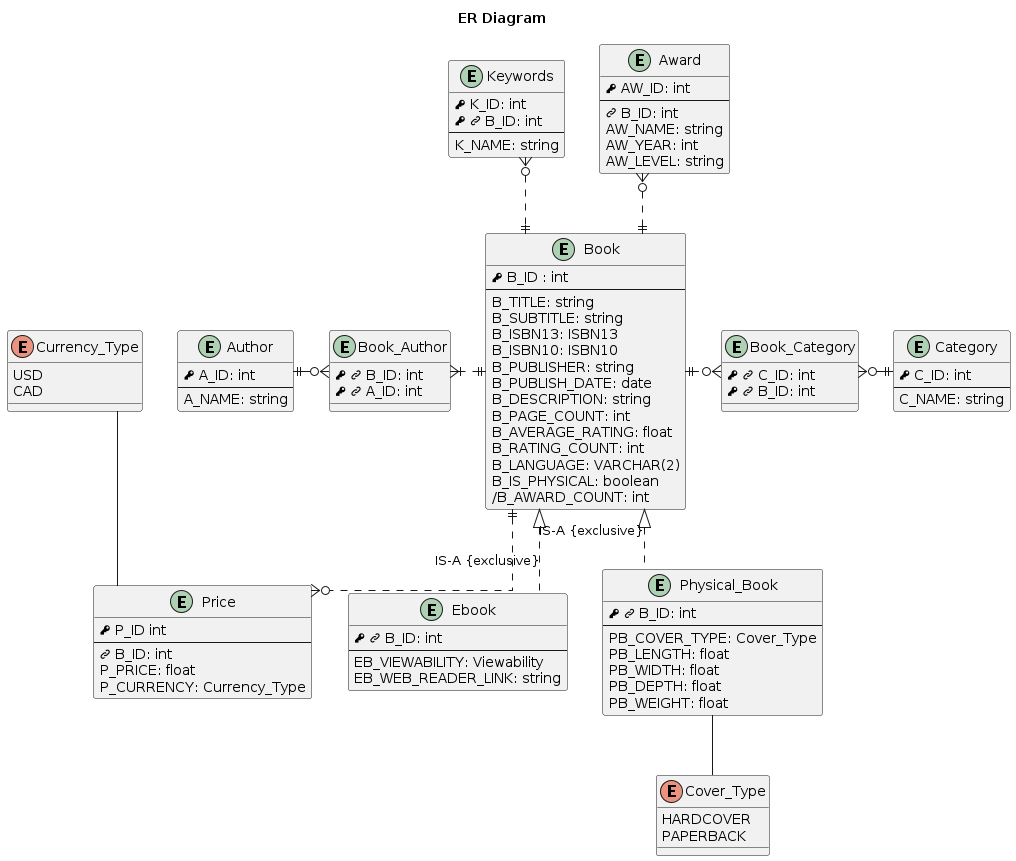
This is diagrams/out/ERD/ER-Diagram.png from NathanGrenier/SOEN-363-Project, a PlantUML export, as it was before one commit.
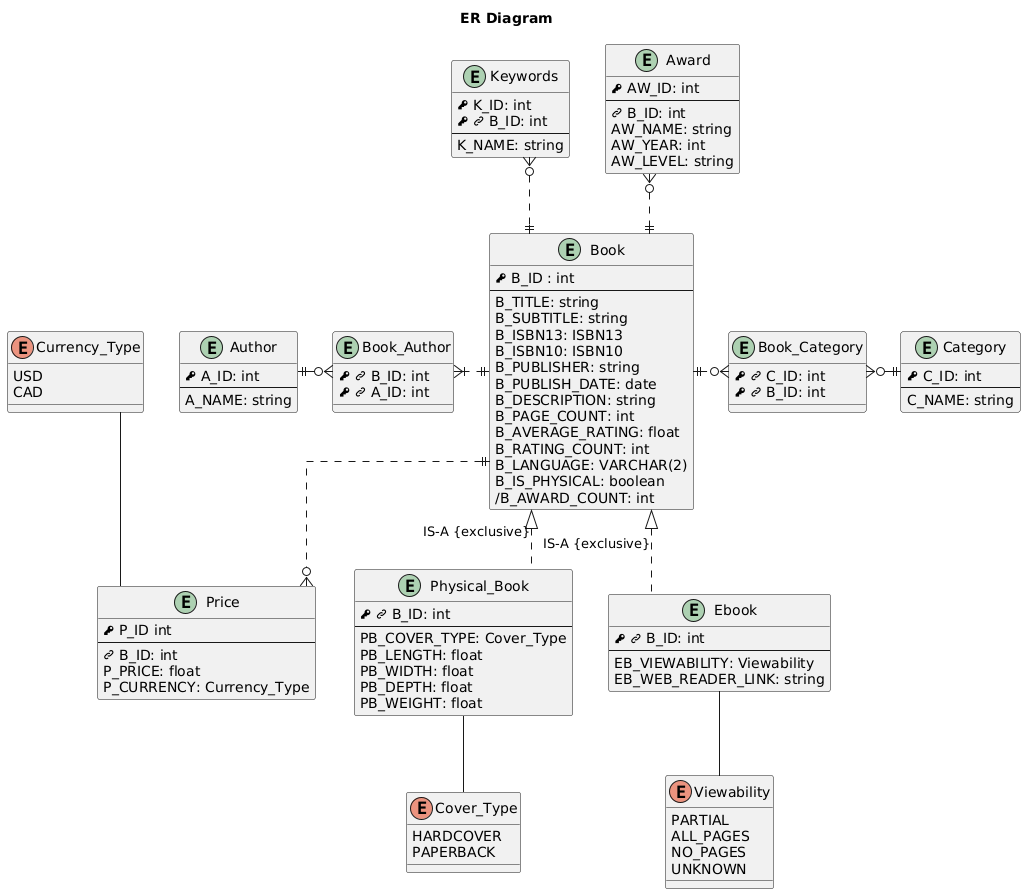
After the commit.

Commit message:
exported plantuml ERD

Change to the diagram source:
```diff
@@ -35,6 +35,13 @@
     PB_DEPTH: float
     PB_WEIGHT: float
 }
+enum Viewability {
+    PARTIAL
+    ALL_PAGES
+    NO_PAGES
+    UNKNOWN
+}
+
 entity Ebook {
     PK FK B_ID: int
     --
@@ -103,6 +110,8 @@
 
 Currency_Type -- Price
 
+Viewability -up- Ebook
+
 Book ||..o{ Price
 
 Book ||.up.o{ Award
```
